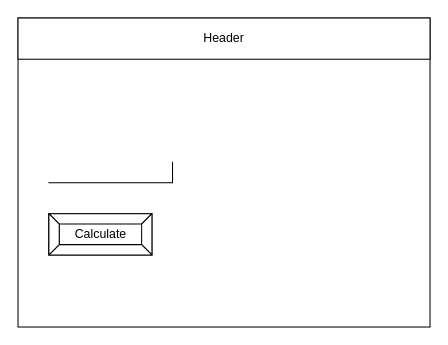
This is design/story-board.drawio from Justin-Lavoie16/Unit-5-05-JS, a draw.io file, before an edit. Source tidied: cells renumbered, new cells numbered last; positions are measured from the earlier drawing's top-left corner, leaving out a move shared by most shapes. Both pictures are drawn from the tidied source at 103%, with x=0, y=0 at pixel (18, 18).
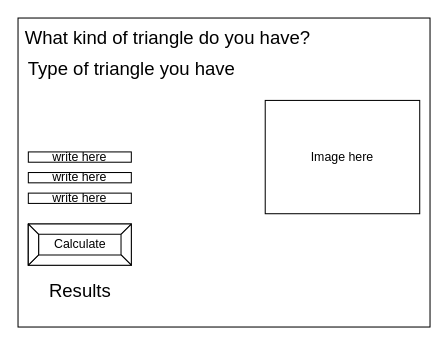
After the change.

The edit, as a diff of the source:
```diff
@@
 <mxGraphModel>
   <root>
     <mxCell id="0" />
     <mxCell id="1" parent="0" />
     <mxCell id="2" style="rounded=0;whiteSpace=wrap;html=1;" parent="1" vertex="1">
       <mxGeometry width="400" height="300" as="geometry" />
     </mxCell>
-    <mxCell id="3" value="Header" style="rounded=0;whiteSpace=wrap;html=1;" parent="1" vertex="1">
-      <mxGeometry width="400" height="40" as="geometry" />
-    </mxCell>
-    <mxCell id="4" style="shape=partialRectangle;whiteSpace=wrap;html=1;top=0;left=0;fillColor=none;" parent="1" vertex="1">
-      <mxGeometry x="30" y="140" width="120" height="20" as="geometry" />
-    </mxCell>
     <mxCell id="5" value="Calculate" style="labelPosition=center;verticalLabelPosition=middle;align=center;html=1;shape=mxgraph.basic.button;dx=10;" parent="1" vertex="1">
-      <mxGeometry x="30" y="190" width="100" height="40" as="geometry" />
+      <mxGeometry x="10" y="200" width="100" height="40" as="geometry" />
     </mxCell>
+    <mxCell id="6" value="write here" style="whiteSpace=wrap;html=1;" parent="1" vertex="1">
+      <mxGeometry x="10" y="170" width="100" height="10" as="geometry" />
+    </mxCell>
+    <mxCell id="7" value="write here" style="whiteSpace=wrap;html=1;" parent="1" vertex="1">
+      <mxGeometry x="10" y="150" width="100" height="10" as="geometry" />
+    </mxCell>
+    <mxCell id="8" value="write here" style="whiteSpace=wrap;html=1;" parent="1" vertex="1">
+      <mxGeometry x="10" y="130" width="100" height="10" as="geometry" />
+    </mxCell>
+    <mxCell id="9" value="Image here" style="whiteSpace=wrap;html=1;" parent="1" vertex="1">
+      <mxGeometry x="240" y="80" width="150" height="110" as="geometry" />
+    </mxCell>
+    <mxCell id="10" value="&lt;font style=&quot;font-size: 18px&quot;&gt;What kind of triangle do you have?&lt;/font&gt;" style="text;html=1;align=center;verticalAlign=middle;fillColor=none;strokeColor=none;rounded=0;" parent="1" vertex="1">
+      <mxGeometry y="10" width="290" height="20" as="geometry" />
+    </mxCell>
+    <mxCell id="11" value="&lt;font style=&quot;font-size: 18px&quot;&gt;Type of triangle you have&lt;/font&gt;" style="text;html=1;align=center;verticalAlign=middle;fillColor=none;strokeColor=none;rounded=0;" parent="1" vertex="1">
+      <mxGeometry y="40" width="220" height="20" as="geometry" />
+    </mxCell>
+    <mxCell id="12" value="Results" style="text;html=1;align=center;verticalAlign=middle;fillColor=none;strokeColor=none;rounded=0;fontSize=18;" parent="1" vertex="1">
+      <mxGeometry x="20" y="250" width="80" height="30" as="geometry" />
+    </mxCell>
   </root>
 </mxGraphModel>
```
